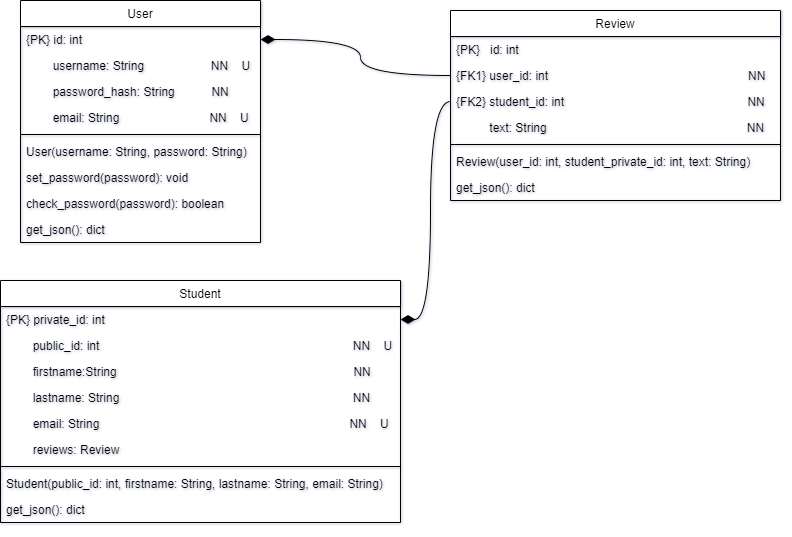
Earlier version of the draw.io export Documentation/COMP 3613 - Assignment 2 - Model Diagram.drawio.png (Lorem-Ipsum-Scholars/COMP-3613-Assignment-2). Source tidied: cells renumbered, new cells last; positions are measured from the earlier drawing's top-left corner, leaving out a move shared by most shapes. The source it was exported from:
```xml
<mxGraphModel>
  <root>
    <mxCell id="0" />
    <mxCell id="1" parent="0" />
    <mxCell id="2" value="User" style="swimlane;fontStyle=0;align=center;verticalAlign=top;horizontal=1;startSize=26;rounded=0;shadow=0;strokeWidth=1;" parent="1" vertex="1">
      <mxGeometry x="20" width="240" height="242" as="geometry" />
    </mxCell>
    <mxCell id="3" value="{PK} id: int" style="text;align=left;verticalAlign=top;spacingLeft=4;spacingRight=4;overflow=hidden;points=[[0,0.5],[1,0.5]];portConstraint=eastwest;" parent="2" vertex="1">
      <mxGeometry y="26" width="240" height="26" as="geometry" />
    </mxCell>
    <mxCell id="4" value="        username: String                    NN    U" style="text;align=left;verticalAlign=top;spacingLeft=4;spacingRight=4;overflow=hidden;rounded=0;shadow=0;html=0;" parent="2" vertex="1">
      <mxGeometry y="52" width="240" height="26" as="geometry" />
    </mxCell>
    <mxCell id="5" value="        password_hash: String           NN" style="text;align=left;verticalAlign=top;spacingLeft=4;spacingRight=4;overflow=hidden;rounded=0;shadow=0;html=0;" parent="2" vertex="1">
      <mxGeometry y="78" width="240" height="26" as="geometry" />
    </mxCell>
    <mxCell id="6" value="        email: String                           NN    U" style="text;align=left;verticalAlign=top;spacingLeft=4;spacingRight=4;overflow=hidden;rounded=0;shadow=0;html=0;" parent="2" vertex="1">
      <mxGeometry y="104" width="240" height="26" as="geometry" />
    </mxCell>
    <mxCell id="7" style="line;html=1;strokeWidth=1;align=left;verticalAlign=middle;spacingTop=-1;spacingLeft=3;spacingRight=3;labelPosition=right;" parent="2" vertex="1">
      <mxGeometry y="130" width="240" height="8" as="geometry" />
    </mxCell>
    <mxCell id="8" value="User(username: String, password: String)" style="text;align=left;verticalAlign=top;spacingLeft=4;spacingRight=4;overflow=hidden;" parent="2" vertex="1">
      <mxGeometry y="138" width="240" height="26" as="geometry" />
    </mxCell>
    <mxCell id="9" value="set_password(password): void" style="text;align=left;verticalAlign=top;spacingLeft=4;spacingRight=4;overflow=hidden;" parent="2" vertex="1">
      <mxGeometry y="164" width="240" height="26" as="geometry" />
    </mxCell>
    <mxCell id="10" value="check_password(password): boolean" style="text;align=left;verticalAlign=top;spacingLeft=4;spacingRight=4;overflow=hidden;" parent="2" vertex="1">
      <mxGeometry y="190" width="240" height="26" as="geometry" />
    </mxCell>
    <mxCell id="11" value="get_json(): dict" style="text;align=left;verticalAlign=top;spacingLeft=4;spacingRight=4;overflow=hidden;" parent="2" vertex="1">
      <mxGeometry y="216" width="240" height="26" as="geometry" />
    </mxCell>
    <mxCell id="12" value="Student" style="swimlane;fontStyle=0;align=center;verticalAlign=top;horizontal=1;startSize=26;rounded=0;shadow=0;strokeWidth=1;" parent="1" vertex="1">
      <mxGeometry y="280" width="400" height="242" as="geometry" />
    </mxCell>
    <mxCell id="13" value="{PK} private_id: int" style="text;align=left;verticalAlign=top;spacingLeft=4;spacingRight=4;overflow=hidden;points=[[0,0.5],[1,0.5]];portConstraint=eastwest;" parent="12" vertex="1">
      <mxGeometry y="26" width="400" height="26" as="geometry" />
    </mxCell>
    <mxCell id="14" value="        public_id: int                                                                            NN    U" style="text;align=left;verticalAlign=top;spacingLeft=4;spacingRight=4;overflow=hidden;" parent="12" vertex="1">
      <mxGeometry y="52" width="400" height="26" as="geometry" />
    </mxCell>
    <mxCell id="15" value="        firstname:String                                                                       NN" style="text;align=left;verticalAlign=top;spacingLeft=4;spacingRight=4;overflow=hidden;rounded=0;shadow=0;html=0;" parent="12" vertex="1">
      <mxGeometry y="78" width="400" height="26" as="geometry" />
    </mxCell>
    <mxCell id="16" value="        lastname: String                                                                      NN" style="text;align=left;verticalAlign=top;spacingLeft=4;spacingRight=4;overflow=hidden;rounded=0;shadow=0;html=0;" parent="12" vertex="1">
      <mxGeometry y="104" width="400" height="26" as="geometry" />
    </mxCell>
    <mxCell id="17" value="        email: String                                                                            NN    U" style="text;align=left;verticalAlign=top;spacingLeft=4;spacingRight=4;overflow=hidden;rounded=0;shadow=0;html=0;" parent="12" vertex="1">
      <mxGeometry y="130" width="400" height="26" as="geometry" />
    </mxCell>
    <mxCell id="18" value="        reviews: Review" style="text;align=left;verticalAlign=top;spacingLeft=4;spacingRight=4;overflow=hidden;rounded=0;shadow=0;html=0;" parent="12" vertex="1">
      <mxGeometry y="156" width="400" height="26" as="geometry" />
    </mxCell>
    <mxCell id="19" style="line;html=1;strokeWidth=1;align=left;verticalAlign=middle;spacingTop=-1;spacingLeft=3;spacingRight=3;labelPosition=right;" parent="12" vertex="1">
      <mxGeometry y="182" width="400" height="8" as="geometry" />
    </mxCell>
    <mxCell id="20" value="Student(public_id: int, firstname: String, lastname: String, email: String)" style="text;align=left;verticalAlign=top;spacingLeft=4;spacingRight=4;overflow=hidden;" parent="12" vertex="1">
      <mxGeometry y="190" width="400" height="26" as="geometry" />
    </mxCell>
    <mxCell id="21" value="get_json(): dict" style="text;align=left;verticalAlign=top;spacingLeft=4;spacingRight=4;overflow=hidden;fontStyle=0;" parent="12" vertex="1">
      <mxGeometry y="216" width="400" height="26" as="geometry" />
    </mxCell>
    <mxCell id="22" style="edgeStyle=orthogonalEdgeStyle;shape=connector;curved=1;rounded=0;jettySize=auto;html=1;exitX=0;exitY=0.5;exitDx=0;exitDy=0;entryX=1;entryY=0.5;entryDx=0;entryDy=0;strokeColor=default;align=center;verticalAlign=middle;fontFamily=Helvetica;fontSize=11;fontColor=default;labelBackgroundColor=default;startSize=12;endArrow=diamondThin;endFill=1;endSize=12;" parent="1" edge="1" source="26" target="13">
      <mxGeometry relative="1" as="geometry" />
    </mxCell>
    <mxCell id="23" value="Review" style="swimlane;fontStyle=0;align=center;verticalAlign=top;horizontal=1;startSize=26;rounded=0;shadow=0;strokeWidth=1;" parent="1" vertex="1">
      <mxGeometry x="450" y="10" width="330" height="190" as="geometry" />
    </mxCell>
    <mxCell id="24" value="{PK}   id: int" style="text;align=left;verticalAlign=top;spacingLeft=4;spacingRight=4;overflow=hidden;" parent="23" vertex="1">
      <mxGeometry y="26" width="330" height="26" as="geometry" />
    </mxCell>
    <mxCell id="25" value="{FK1} user_id: int                                                            NN              " style="text;align=left;verticalAlign=top;spacingLeft=4;spacingRight=4;overflow=hidden;points=[[0,0.5],[1,0.5]];portConstraint=eastwest;" parent="23" vertex="1">
      <mxGeometry y="52" width="330" height="26" as="geometry" />
    </mxCell>
    <mxCell id="26" value="{FK2} student_id: int                                                       NN" style="text;align=left;verticalAlign=top;spacingLeft=4;spacingRight=4;overflow=hidden;points=[[0,0.5],[1,0.5]];portConstraint=eastwest;" parent="23" vertex="1">
      <mxGeometry y="78" width="330" height="26" as="geometry" />
    </mxCell>
    <mxCell id="27" value="          text: String                                                            NN" style="text;align=left;verticalAlign=top;spacingLeft=4;spacingRight=4;overflow=hidden;" parent="23" vertex="1">
      <mxGeometry y="104" width="330" height="26" as="geometry" />
    </mxCell>
    <mxCell id="28" style="line;html=1;strokeWidth=1;align=left;verticalAlign=middle;spacingTop=-1;spacingLeft=3;spacingRight=3;labelPosition=right;" parent="23" vertex="1">
      <mxGeometry y="130" width="330" height="8" as="geometry" />
    </mxCell>
    <mxCell id="29" value="Review(user_id: int, student_private_id: int, text: String)" style="text;align=left;verticalAlign=top;spacingLeft=4;spacingRight=4;overflow=hidden;" parent="23" vertex="1">
      <mxGeometry y="138" width="330" height="26" as="geometry" />
    </mxCell>
    <mxCell id="30" value="get_json(): dict" style="text;align=left;verticalAlign=top;spacingLeft=4;spacingRight=4;overflow=hidden;" parent="23" vertex="1">
      <mxGeometry y="164" width="330" height="26" as="geometry" />
    </mxCell>
    <mxCell id="31" style="edgeStyle=orthogonalEdgeStyle;rounded=0;jettySize=auto;html=1;exitX=0;exitY=0.5;exitDx=0;exitDy=0;entryX=1;entryY=0.5;entryDx=0;entryDy=0;endArrow=diamondThin;endFill=1;startSize=12;endSize=12;curved=1;" parent="1" edge="1" source="25" target="3">
      <mxGeometry relative="1" as="geometry" />
    </mxCell>
  </root>
</mxGraphModel>
```
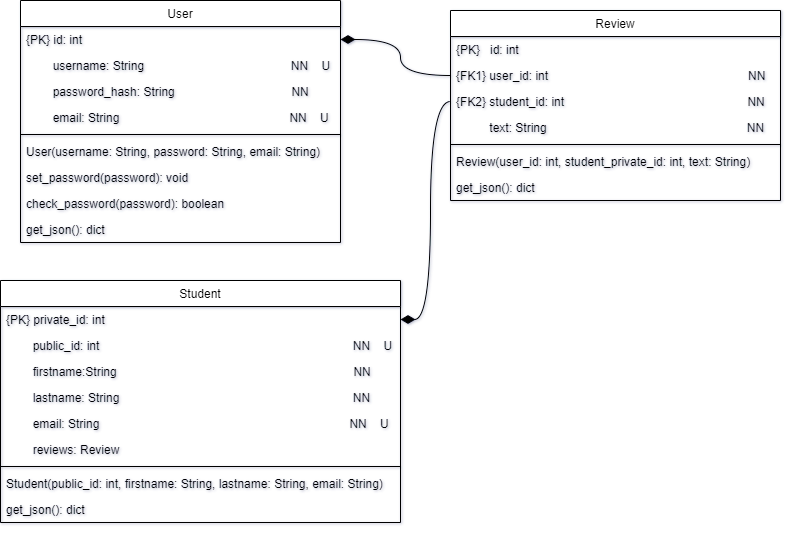
The same diagram one commit later.

Commit message:
Minor model diagram fix

User constructor was missing email parameter

Change to the diagram source:
```diff
@@ -3,34 +3,34 @@
     <mxCell id="0" />
     <mxCell id="1" parent="0" />
     <mxCell id="2" value="User" style="swimlane;fontStyle=0;align=center;verticalAlign=top;horizontal=1;startSize=26;rounded=0;shadow=0;strokeWidth=1;" parent="1" vertex="1">
-      <mxGeometry x="20" width="240" height="242" as="geometry" />
+      <mxGeometry x="20" width="320" height="242" as="geometry" />
     </mxCell>
     <mxCell id="3" value="{PK} id: int" style="text;align=left;verticalAlign=top;spacingLeft=4;spacingRight=4;overflow=hidden;points=[[0,0.5],[1,0.5]];portConstraint=eastwest;" parent="2" vertex="1">
-      <mxGeometry y="26" width="240" height="26" as="geometry" />
+      <mxGeometry y="26" width="320" height="26" as="geometry" />
     </mxCell>
-    <mxCell id="4" value="        username: String                    NN    U" style="text;align=left;verticalAlign=top;spacingLeft=4;spacingRight=4;overflow=hidden;rounded=0;shadow=0;html=0;" parent="2" vertex="1">
-      <mxGeometry y="52" width="240" height="26" as="geometry" />
+    <mxCell id="4" value="        username: String                                            NN    U" style="text;align=left;verticalAlign=top;spacingLeft=4;spacingRight=4;overflow=hidden;rounded=0;shadow=0;html=0;" parent="2" vertex="1">
+      <mxGeometry y="52" width="320" height="26" as="geometry" />
     </mxCell>
-    <mxCell id="5" value="        password_hash: String           NN" style="text;align=left;verticalAlign=top;spacingLeft=4;spacingRight=4;overflow=hidden;rounded=0;shadow=0;html=0;" parent="2" vertex="1">
-      <mxGeometry y="78" width="240" height="26" as="geometry" />
+    <mxCell id="5" value="        password_hash: String                                   NN" style="text;align=left;verticalAlign=top;spacingLeft=4;spacingRight=4;overflow=hidden;rounded=0;shadow=0;html=0;" parent="2" vertex="1">
+      <mxGeometry y="78" width="320" height="26" as="geometry" />
     </mxCell>
-    <mxCell id="6" value="        email: String                           NN    U" style="text;align=left;verticalAlign=top;spacingLeft=4;spacingRight=4;overflow=hidden;rounded=0;shadow=0;html=0;" parent="2" vertex="1">
-      <mxGeometry y="104" width="240" height="26" as="geometry" />
+    <mxCell id="6" value="        email: String                                                   NN    U" style="text;align=left;verticalAlign=top;spacingLeft=4;spacingRight=4;overflow=hidden;rounded=0;shadow=0;html=0;" parent="2" vertex="1">
+      <mxGeometry y="104" width="320" height="26" as="geometry" />
     </mxCell>
     <mxCell id="7" style="line;html=1;strokeWidth=1;align=left;verticalAlign=middle;spacingTop=-1;spacingLeft=3;spacingRight=3;labelPosition=right;" parent="2" vertex="1">
-      <mxGeometry y="130" width="240" height="8" as="geometry" />
+      <mxGeometry y="130" width="320" height="8" as="geometry" />
     </mxCell>
-    <mxCell id="8" value="User(username: String, password: String)" style="text;align=left;verticalAlign=top;spacingLeft=4;spacingRight=4;overflow=hidden;" parent="2" vertex="1">
-      <mxGeometry y="138" width="240" height="26" as="geometry" />
+    <mxCell id="8" value="User(username: String, password: String, email: String)" style="text;align=left;verticalAlign=top;spacingLeft=4;spacingRight=4;overflow=hidden;" parent="2" vertex="1">
+      <mxGeometry y="138" width="320" height="26" as="geometry" />
     </mxCell>
     <mxCell id="9" value="set_password(password): void" style="text;align=left;verticalAlign=top;spacingLeft=4;spacingRight=4;overflow=hidden;" parent="2" vertex="1">
-      <mxGeometry y="164" width="240" height="26" as="geometry" />
+      <mxGeometry y="164" width="320" height="26" as="geometry" />
     </mxCell>
     <mxCell id="10" value="check_password(password): boolean" style="text;align=left;verticalAlign=top;spacingLeft=4;spacingRight=4;overflow=hidden;" parent="2" vertex="1">
-      <mxGeometry y="190" width="240" height="26" as="geometry" />
+      <mxGeometry y="190" width="320" height="26" as="geometry" />
     </mxCell>
     <mxCell id="11" value="get_json(): dict" style="text;align=left;verticalAlign=top;spacingLeft=4;spacingRight=4;overflow=hidden;" parent="2" vertex="1">
-      <mxGeometry y="216" width="240" height="26" as="geometry" />
+      <mxGeometry y="216" width="320" height="26" as="geometry" />
     </mxCell>
     <mxCell id="12" value="Student" style="swimlane;fontStyle=0;align=center;verticalAlign=top;horizontal=1;startSize=26;rounded=0;shadow=0;strokeWidth=1;" parent="1" vertex="1">
       <mxGeometry y="280" width="400" height="242" as="geometry" />
```
